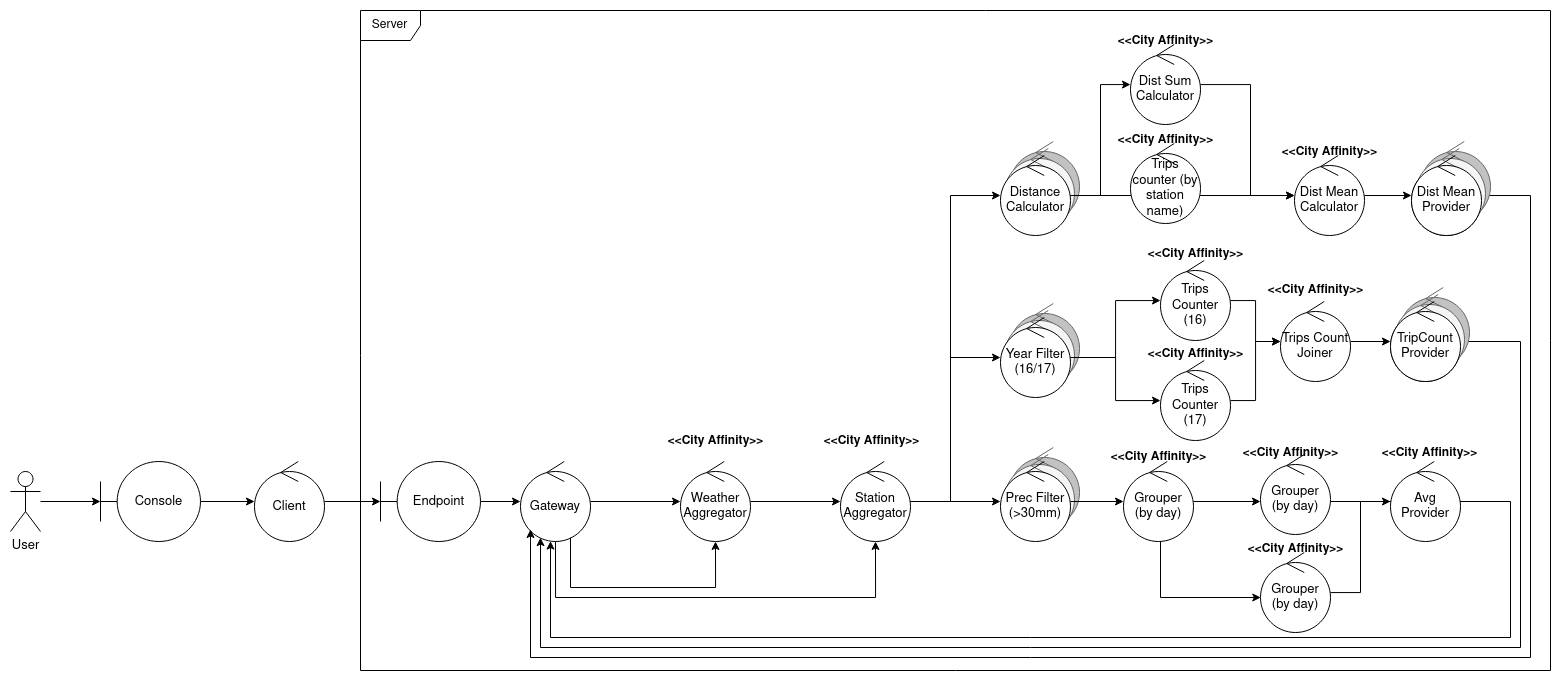
Earlier version of the draw.io export docs/robustness_1.png (efoppiano/dist1_tp1). Source tidied: cells renumbered, new cells last; positions are measured from the earlier drawing's top-left corner, leaving out a move shared by most shapes.
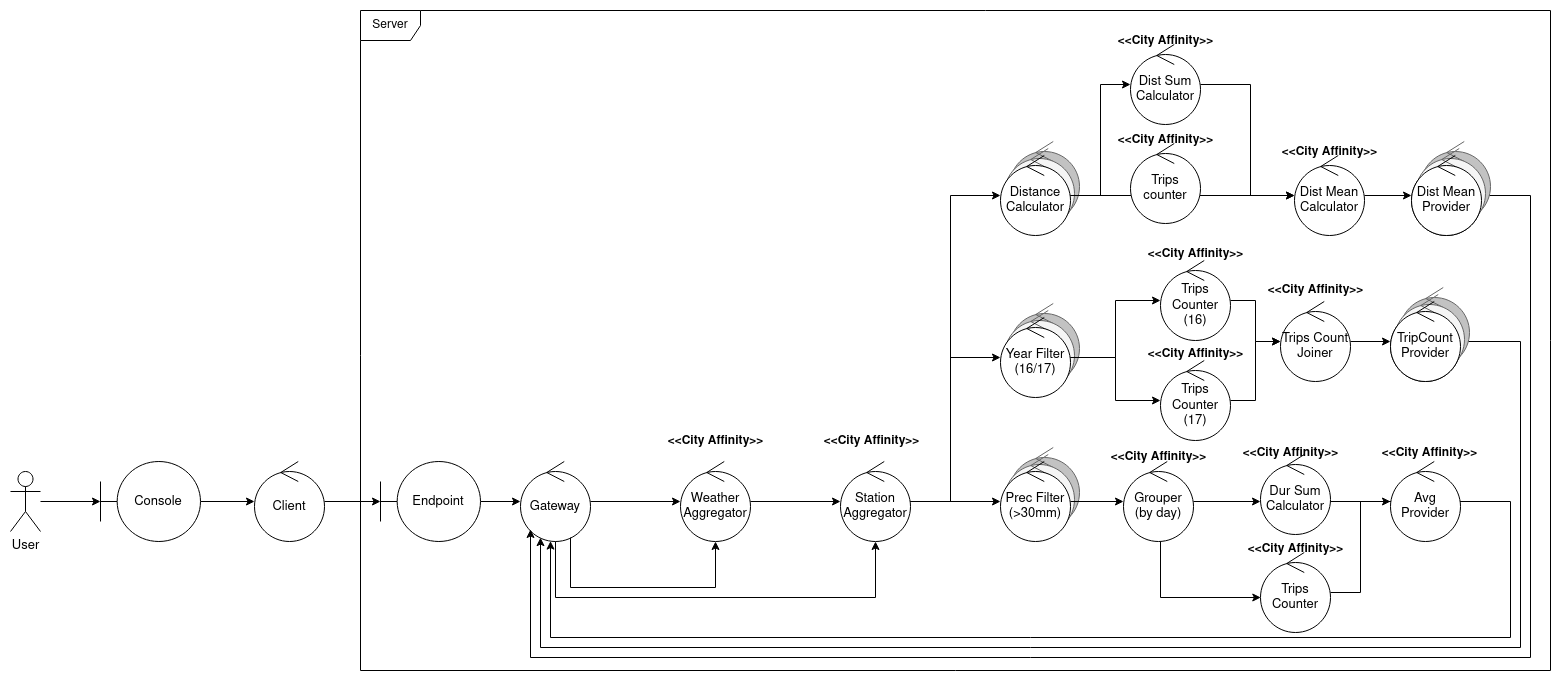
After the change.

Commit message:
Fix robustness diagrams

The edit, as a diff of the source:
```diff
@@ -260,7 +260,7 @@
     <mxCell id="72" value="Dist Mean Provider" style="ellipse;shape=umlControl;whiteSpace=wrap;html=1;fontSize=13;" parent="69" vertex="1">
       <mxGeometry y="14" width="70" height="80" as="geometry" />
     </mxCell>
-    <mxCell id="73" value="Trips counter (by station name)" style="ellipse;shape=umlControl;whiteSpace=wrap;html=1;fontSize=13;" parent="1" vertex="1">
+    <mxCell id="73" value="Trips counter" style="ellipse;shape=umlControl;whiteSpace=wrap;html=1;fontSize=13;" parent="1" vertex="1">
       <mxGeometry x="1120" y="133" width="70" height="80" as="geometry" />
     </mxCell>
     <mxCell id="74" value="&amp;lt;&amp;lt;City Affinity&amp;gt;&amp;gt;" style="text;align=center;fontStyle=1;verticalAlign=middle;spacingLeft=3;spacingRight=3;strokeColor=none;html=1;" parent="1" vertex="1">
@@ -288,7 +288,7 @@
         </Array>
       </mxGeometry>
     </mxCell>
-    <mxCell id="79" value="&lt;div&gt;Grouper &lt;br&gt;&lt;/div&gt;&lt;div&gt;(by day)&lt;/div&gt;" style="ellipse;shape=umlControl;whiteSpace=wrap;html=1;fontSize=13;" parent="1" vertex="1">
+    <mxCell id="79" value="Dur Sum Calculator" style="ellipse;shape=umlControl;whiteSpace=wrap;html=1;fontSize=13;" parent="1" vertex="1">
       <mxGeometry x="1250" y="444" width="70" height="80" as="geometry" />
     </mxCell>
     <mxCell id="80" style="edgeStyle=orthogonalEdgeStyle;rounded=0;jettySize=auto;html=1;" parent="1" edge="1" source="81" target="63">
@@ -299,7 +299,7 @@
         </Array>
       </mxGeometry>
     </mxCell>
-    <mxCell id="81" value="&lt;div&gt;Grouper &lt;br&gt;&lt;/div&gt;&lt;div&gt;(by day)&lt;/div&gt;" style="ellipse;shape=umlControl;whiteSpace=wrap;html=1;fontSize=13;" parent="1" vertex="1">
+    <mxCell id="81" value="Trips Counter" style="ellipse;shape=umlControl;whiteSpace=wrap;html=1;fontSize=13;" parent="1" vertex="1">
       <mxGeometry x="1250" y="542" width="70" height="80" as="geometry" />
     </mxCell>
     <mxCell id="82" value="&amp;lt;&amp;lt;City Affinity&amp;gt;&amp;gt;" style="text;align=center;fontStyle=1;verticalAlign=middle;spacingLeft=3;spacingRight=3;strokeColor=none;html=1;" parent="1" vertex="1">
```
